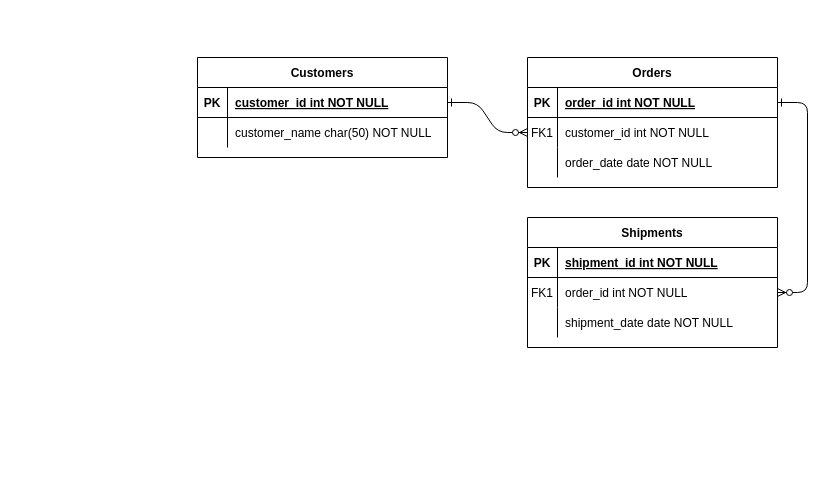
This is Untitled Diagram.drawio from sr-bauducco/ER-diagrams, a draw.io file, before an edit. Source tidied: cells renumbered, new cells numbered last; positions are measured from the earlier drawing's top-left corner, leaving out a move shared by most shapes. Both pictures are drawn from the tidied source at 100%, with x=0, y=0 at pixel (197, 57).
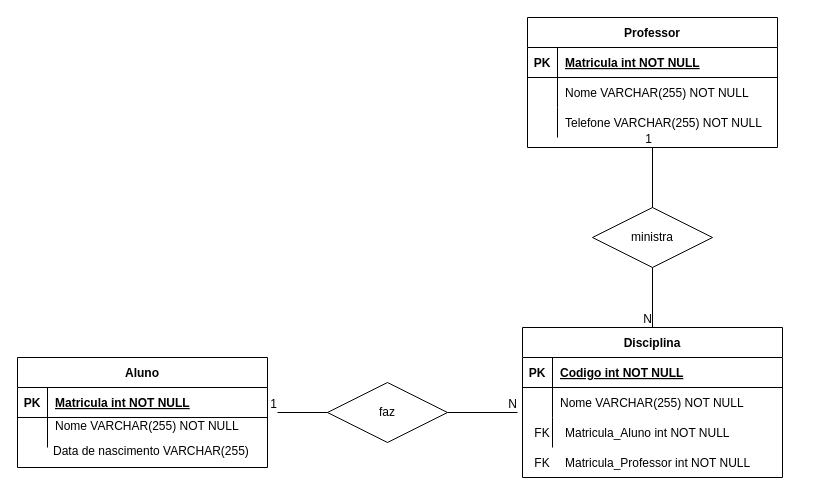
After the change.

Unchanged cells that the change refers to:
```xml
<mxCell id="5" style="shape=partialRectangle;fillColor=none;points=[[0,0.5],[1,0.5]];portConstraint=eastwest;top=0;left=0;right=0;bottom=1;" parent="4" vertex="1">
  <mxGeometry y="30" width="250" height="30" as="geometry" />
</mxCell>
<mxCell id="8" style="shape=partialRectangle;fillColor=none;points=[[0,0.5],[1,0.5]];portConstraint=eastwest;top=0;left=0;right=0;bottom=0;" parent="4" vertex="1">
  <mxGeometry y="60" width="250" height="30" as="geometry" />
</mxCell>
<mxCell id="11" style="shape=partialRectangle;fillColor=none;top=0;left=0;right=0;bottom=0;" parent="4" vertex="1">
  <mxGeometry y="90" width="250" height="30" as="geometry" />
</mxCell>
<mxCell id="25" style="shape=partialRectangle;fillColor=none;points=[[0,0.5],[1,0.5]];portConstraint=eastwest;top=0;left=0;right=0;bottom=1;" parent="24" vertex="1">
  <mxGeometry y="30" width="250" height="30" as="geometry" />
</mxCell>
<mxCell id="28" style="shape=partialRectangle;fillColor=none;top=0;left=0;right=0;bottom=0;" parent="24" vertex="1">
  <mxGeometry y="60" width="250" height="30" as="geometry" />
</mxCell>
```

Diff of the diagram source:
```diff
@@
-    <mxCell id="2" style="edgeStyle=entityRelationEdgeStyle;endArrow=ERzeroToMany;startArrow=ERone;endFill=1;startFill=0;" parent="1" edge="1" source="25" target="8">
-      <mxGeometry relative="1" as="geometry" />
-    </mxCell>
-    <mxCell id="3" style="edgeStyle=entityRelationEdgeStyle;endArrow=ERzeroToMany;startArrow=ERone;endFill=1;startFill=0;" parent="1" edge="1" source="5" target="18">
-      <mxGeometry relative="1" as="geometry" />
-    </mxCell>
+    <mxCell id="31" value="Data de nascimento VARCHAR(255)" style="text;strokeColor=none;fillColor=none;spacingLeft=4;spacingRight=4;overflow=hidden;fontSize=12;" parent="1" vertex="1">
+      <mxGeometry x="-150" y="380" width="210" height="30" as="geometry" />
+    </mxCell>
+    <mxCell id="32" value="ministra" style="shape=rhombus;perimeter=rhombusPerimeter;whiteSpace=wrap;html=1;align=center;" parent="1" vertex="1">
+      <mxGeometry x="395" y="150" width="120" height="60" as="geometry" />
+    </mxCell>
-    <mxCell id="4" value="Orders" style="shape=table;startSize=30;childLayout=tableLayout;rowLines=0;fontStyle=1;align=center;" parent="1" vertex="1">
-      <mxGeometry x="330" width="250" height="130" as="geometry" />
+    <mxCell id="4" value="Professor" style="shape=table;startSize=30;childLayout=tableLayout;rowLines=0;fontStyle=1;align=center;" parent="1" vertex="1">
+      <mxGeometry x="330" y="-40" width="250" height="130" as="geometry" />
     </mxCell>
@@
-    <mxCell id="7" value="order_id int NOT NULL " style="shape=partialRectangle;overflow=hidden;fillColor=none;top=0;left=0;bottom=0;right=0;align=left;spacingLeft=6;fontStyle=5;" parent="5" vertex="1">
+    <mxCell id="7" value="Matricula int NOT NULL" style="shape=partialRectangle;overflow=hidden;fillColor=none;top=0;left=0;bottom=0;right=0;align=left;spacingLeft=6;fontStyle=5;" parent="5" vertex="1">
       <mxGeometry x="30" width="220" height="30" as="geometry" />
     </mxCell>
@@
-    <mxCell id="9" value="FK1" style="shape=partialRectangle;overflow=hidden;fillColor=none;top=0;left=0;bottom=0;right=0;" parent="8" vertex="1">
+    <mxCell id="9" style="shape=partialRectangle;overflow=hidden;fillColor=none;top=0;left=0;bottom=0;right=0;" parent="8" vertex="1">
       <mxGeometry width="30" height="30" as="geometry" />
     </mxCell>
-    <mxCell id="10" value="customer_id int NOT NULL" style="shape=partialRectangle;overflow=hidden;fillColor=none;top=0;left=0;bottom=0;right=0;align=left;spacingLeft=6;" parent="8" vertex="1">
+    <mxCell id="10" value="Nome VARCHAR(255) NOT NULL" style="shape=partialRectangle;overflow=hidden;fillColor=none;top=0;left=0;bottom=0;right=0;align=left;spacingLeft=6;" parent="8" vertex="1">
       <mxGeometry x="30" width="220" height="30" as="geometry" />
     </mxCell>
@@
-    <mxCell id="13" value="order_date date NOT NULL" style="shape=partialRectangle;overflow=hidden;fillColor=none;top=0;left=0;bottom=0;right=0;align=left;spacingLeft=6;" parent="11" vertex="1">
+    <mxCell id="13" value="Telefone VARCHAR(255) NOT NULL" style="shape=partialRectangle;overflow=hidden;fillColor=none;top=0;left=0;bottom=0;right=0;align=left;spacingLeft=6;" parent="11" vertex="1">
       <mxGeometry x="30" width="220" height="30" as="geometry" />
     </mxCell>
+    <mxCell id="33" value="Matricula_Aluno int NOT NULL" style="shape=partialRectangle;overflow=hidden;fillColor=none;top=0;left=0;bottom=0;right=0;align=left;spacingLeft=6;" parent="1" vertex="1">
+      <mxGeometry x="360" y="360" width="230" height="30" as="geometry" />
+    </mxCell>
+    <mxCell id="34" value="Matricula_Professor int NOT NULL" style="shape=partialRectangle;overflow=hidden;fillColor=none;top=0;left=0;bottom=0;right=0;align=left;spacingLeft=6;" parent="1" vertex="1">
+      <mxGeometry x="360" y="390" width="230" height="30" as="geometry" />
+    </mxCell>
+    <mxCell id="35" value="FK" style="shape=partialRectangle;overflow=hidden;fillColor=none;top=0;left=0;bottom=0;right=0;" parent="1" vertex="1">
+      <mxGeometry x="330" y="360" width="30" height="30" as="geometry" />
+    </mxCell>
+    <mxCell id="36" value="FK" style="shape=partialRectangle;overflow=hidden;fillColor=none;top=0;left=0;bottom=0;right=0;" parent="1" vertex="1">
+      <mxGeometry x="330" y="390" width="30" height="30" as="geometry" />
+    </mxCell>
-    <mxCell id="14" value="Shipments" style="shape=table;startSize=30;childLayout=tableLayout;rowLines=0;fontStyle=1;align=center;" parent="1" vertex="1">
-      <mxGeometry x="330" y="160" width="250" height="130" as="geometry" />
+    <mxCell id="14" value="Disciplina" style="shape=table;startSize=30;childLayout=tableLayout;rowLines=0;fontStyle=1;align=center;" parent="1" vertex="1">
+      <mxGeometry x="325" y="270" width="260" height="150" as="geometry" />
     </mxCell>
     <mxCell id="15" style="shape=partialRectangle;fillColor=none;top=0;left=0;right=0;bottom=1;" parent="14" vertex="1">
-      <mxGeometry y="30" width="250" height="30" as="geometry" />
+      <mxGeometry y="30" width="260" height="30" as="geometry" />
     </mxCell>
@@
-    <mxCell id="17" value="shipment_id int NOT NULL " style="shape=partialRectangle;overflow=hidden;fillColor=none;top=0;left=0;bottom=0;right=0;align=left;spacingLeft=6;fontStyle=5;" parent="15" vertex="1">
-      <mxGeometry x="30" width="220" height="30" as="geometry" />
+    <mxCell id="17" value="Codigo int NOT NULL " style="shape=partialRectangle;overflow=hidden;fillColor=none;top=0;left=0;bottom=0;right=0;align=left;spacingLeft=6;fontStyle=5;" parent="15" vertex="1">
+      <mxGeometry x="30" width="230" height="30" as="geometry" />
     </mxCell>
     <mxCell id="18" style="shape=partialRectangle;fillColor=none;points=[[0,0.5],[1,0.5]];portConstraint=eastwest;top=0;left=0;right=0;bottom=0;" parent="14" vertex="1">
-      <mxGeometry y="60" width="250" height="30" as="geometry" />
+      <mxGeometry y="60" width="260" height="30" as="geometry" />
     </mxCell>
-    <mxCell id="19" value="FK1" style="shape=partialRectangle;overflow=hidden;fillColor=none;top=0;left=0;bottom=0;right=0;" parent="18" vertex="1">
+    <mxCell id="19" style="shape=partialRectangle;overflow=hidden;fillColor=none;top=0;left=0;bottom=0;right=0;" parent="18" vertex="1">
       <mxGeometry width="30" height="30" as="geometry" />
     </mxCell>
-    <mxCell id="20" value="order_id int NOT NULL" style="shape=partialRectangle;overflow=hidden;fillColor=none;top=0;left=0;bottom=0;right=0;align=left;spacingLeft=6;" parent="18" vertex="1">
-      <mxGeometry x="30" width="220" height="30" as="geometry" />
+    <mxCell id="20" value="Nome VARCHAR(255) NOT NULL" style="shape=partialRectangle;overflow=hidden;fillColor=none;top=0;left=0;bottom=0;right=0;align=left;spacingLeft=6;" parent="18" vertex="1">
+      <mxGeometry x="30" width="230" height="30" as="geometry" />
     </mxCell>
     <mxCell id="21" style="shape=partialRectangle;fillColor=none;top=0;left=0;right=0;bottom=0;" parent="14" vertex="1">
-      <mxGeometry y="90" width="250" height="30" as="geometry" />
+      <mxGeometry y="90" width="260" height="30" as="geometry" />
     </mxCell>
@@
-    <mxCell id="23" value="shipment_date date NOT NULL" style="shape=partialRectangle;overflow=hidden;fillColor=none;top=0;left=0;bottom=0;right=0;align=left;spacingLeft=6;" parent="21" vertex="1">
-      <mxGeometry x="30" width="220" height="30" as="geometry" />
+    <mxCell id="23" style="shape=partialRectangle;overflow=hidden;fillColor=none;top=0;left=0;bottom=0;right=0;align=left;spacingLeft=6;" parent="21" vertex="1">
+      <mxGeometry x="30" width="230" height="30" as="geometry" />
     </mxCell>
+    <mxCell id="37" value="faz" style="shape=rhombus;perimeter=rhombusPerimeter;whiteSpace=wrap;html=1;align=center;" parent="1" vertex="1">
+      <mxGeometry x="130" y="325" width="120" height="60" as="geometry" />
+    </mxCell>
-    <mxCell id="24" value="Customers" style="shape=table;startSize=30;childLayout=tableLayout;rowLines=0;fontStyle=1;align=center;" parent="1" vertex="1">
-      <mxGeometry width="250" height="100" as="geometry" />
+    <mxCell id="24" value="Aluno" style="shape=table;startSize=30;childLayout=tableLayout;rowLines=0;fontStyle=1;align=center;" parent="1" vertex="1">
+      <mxGeometry x="-180" y="300" width="250" height="110" as="geometry" />
     </mxCell>
@@
-    <mxCell id="27" value="customer_id int NOT NULL " style="shape=partialRectangle;overflow=hidden;fillColor=none;top=0;left=0;bottom=0;right=0;align=left;spacingLeft=6;fontStyle=5;" parent="25" vertex="1">
+    <mxCell id="27" value="Matricula int NOT NULL" style="shape=partialRectangle;overflow=hidden;fillColor=none;top=0;left=0;bottom=0;right=0;align=left;spacingLeft=6;fontStyle=5;" parent="25" vertex="1">
       <mxGeometry x="30" width="220" height="30" as="geometry" />
     </mxCell>
@@
-    <mxCell id="30" value="customer_name char(50) NOT NULL" style="shape=partialRectangle;overflow=hidden;fillColor=none;top=0;left=0;bottom=0;right=0;align=left;spacingLeft=6;" parent="28" vertex="1">
+    <mxCell id="30" value="Nome VARCHAR(255) NOT NULL&#10;" style="shape=partialRectangle;overflow=hidden;fillColor=none;top=0;left=0;bottom=0;right=0;align=left;spacingLeft=6;" parent="28" vertex="1">
       <mxGeometry x="30" width="220" height="30" as="geometry" />
     </mxCell>
+    <mxCell id="38" style="endArrow=none;html=1;rounded=0;exitX=0;exitY=0.5;exitDx=0;exitDy=0;" parent="1" edge="1" source="37">
+      <mxGeometry relative="1" as="geometry">
+        <mxPoint x="80" y="355" as="targetPoint" />
+      </mxGeometry>
+    </mxCell>
+    <mxCell id="39" value="1" style="html=1;align=right;verticalAlign=bottom;" parent="38" vertex="1">
+      <mxGeometry x="1" relative="1" as="geometry" />
+    </mxCell>
+    <mxCell id="40" style="endArrow=none;html=1;rounded=0;exitX=1;exitY=0.5;exitDx=0;exitDy=0;" parent="1" edge="1" source="37">
+      <mxGeometry relative="1" as="geometry">
+        <mxPoint x="320" y="355" as="targetPoint" />
+      </mxGeometry>
+    </mxCell>
+    <mxCell id="41" value="N" style="html=1;align=right;verticalAlign=bottom;" parent="40" vertex="1">
+      <mxGeometry x="1" relative="1" as="geometry" />
+    </mxCell>
+    <mxCell id="42" style="endArrow=none;html=1;rounded=0;exitX=0.5;exitY=0;exitDx=0;exitDy=0;entryX=0.5;entryY=1;entryDx=0;entryDy=0;" parent="1" edge="1" source="32" target="4">
+      <mxGeometry relative="1" as="geometry" />
+    </mxCell>
+    <mxCell id="43" value="1" style="html=1;align=right;verticalAlign=bottom;" parent="42" vertex="1">
+      <mxGeometry x="1" relative="1" as="geometry" />
+    </mxCell>
+    <mxCell id="44" style="endArrow=none;html=1;rounded=0;exitX=0.5;exitY=1;exitDx=0;exitDy=0;entryX=0.5;entryY=0;entryDx=0;entryDy=0;" parent="1" edge="1" source="32" target="14">
+      <mxGeometry relative="1" as="geometry" />
+    </mxCell>
+    <mxCell id="45" value="N" style="html=1;align=right;verticalAlign=bottom;" parent="44" vertex="1">
+      <mxGeometry x="1" relative="1" as="geometry" />
+    </mxCell>
```
